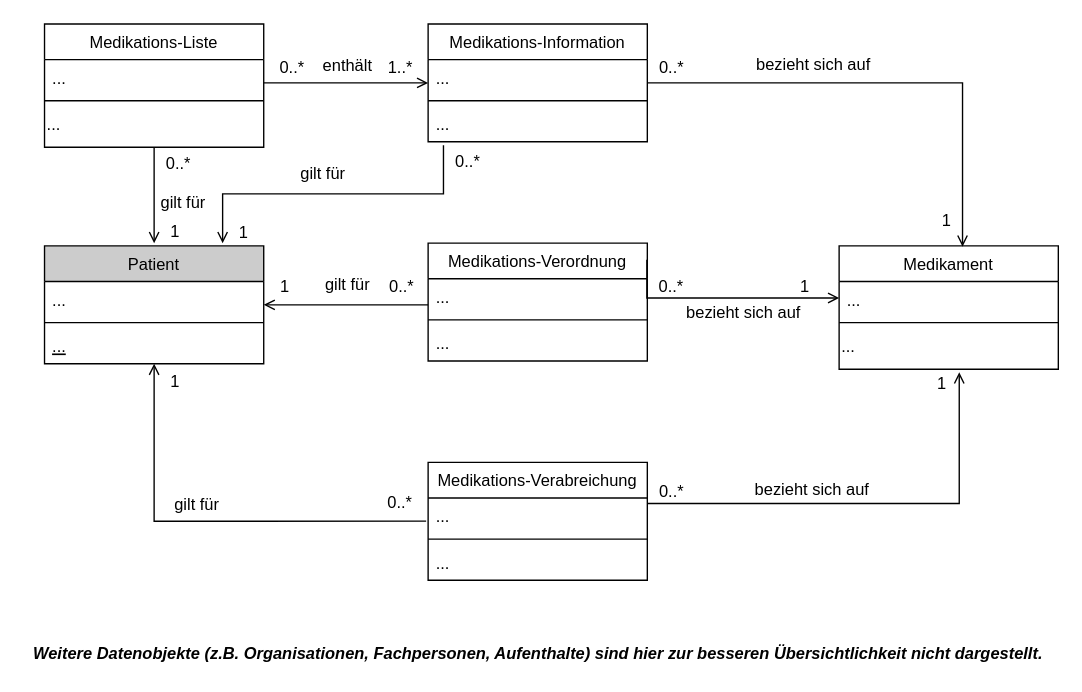
The draw.io diagram Material/images/src/drawio/simple_infomodel.drawio in gematik/spec-ISiK-Medikation, before the edit. Source tidied: cells renumbered, new cells numbered last; positions are measured from the earlier drawing's top-left corner, leaving out a move shared by most shapes. Both pictures are drawn from the tidied source at 137%, with x=0, y=0 at pixel (23, 23).
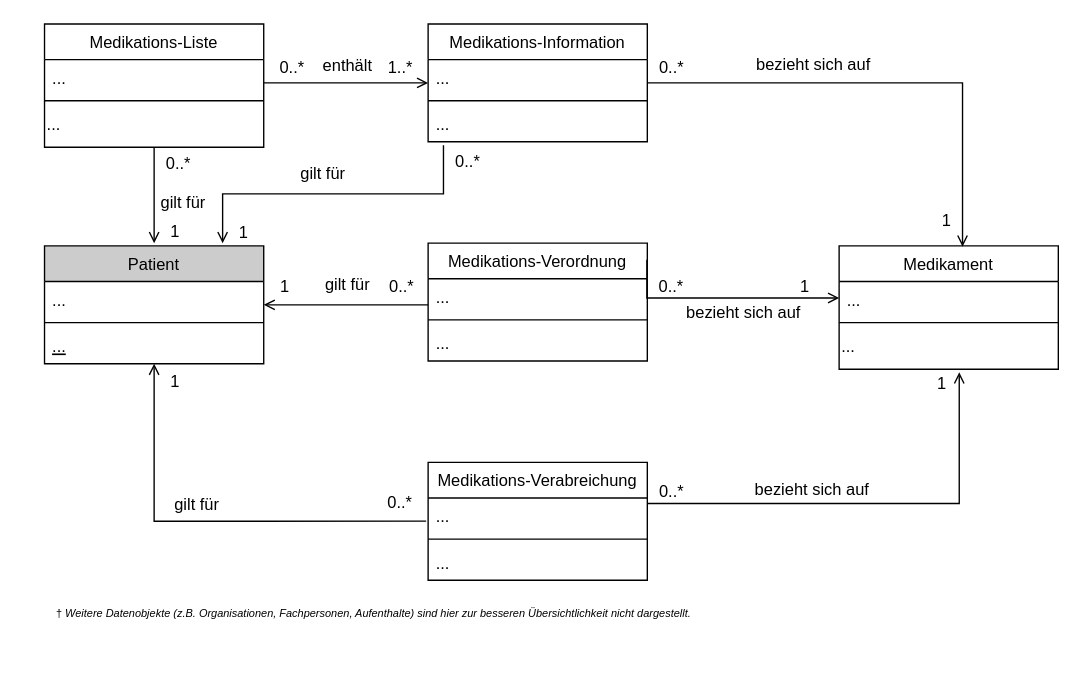
After the change.

The edit, as a diff of the source:
```diff
@@
-    <mxCell id="58" value="&lt;b&gt;&lt;i&gt;Weitere Datenobjekte (z.B. Organisationen, Fachpersonen, Aufenthalte) sind hier zur besseren Übersichtlichkeit nicht dargestellt.&lt;/i&gt;&lt;/b&gt;" style="text;html=1;align=center;verticalAlign=middle;fillColor=none;strokeColor=none;rounded=0;labelBackgroundColor=none;" parent="1" vertex="1">
-      <mxGeometry y="450" width="750" height="20" as="geometry" />
+    <mxCell id="58" value="&lt;span style=&quot;font-size: 8px;&quot;&gt;&lt;span style=&quot;font-size: 8px;&quot;&gt;&lt;span style=&quot;font-style: normal;&quot;&gt;† &lt;/span&gt;Weitere Datenobjekte (z.B. Organisationen, Fachpersonen, Aufenthalte) sind hier zur besseren Übersichtlichkeit nicht dargestellt.&lt;/span&gt;&lt;/span&gt;" style="text;html=1;align=center;verticalAlign=middle;fillColor=none;strokeColor=none;rounded=0;labelBackgroundColor=none;fontSize=8;fontStyle=2;" parent="1" vertex="1">
+      <mxGeometry x="10" y="420" width="490" height="20" as="geometry" />
     </mxCell>
```
